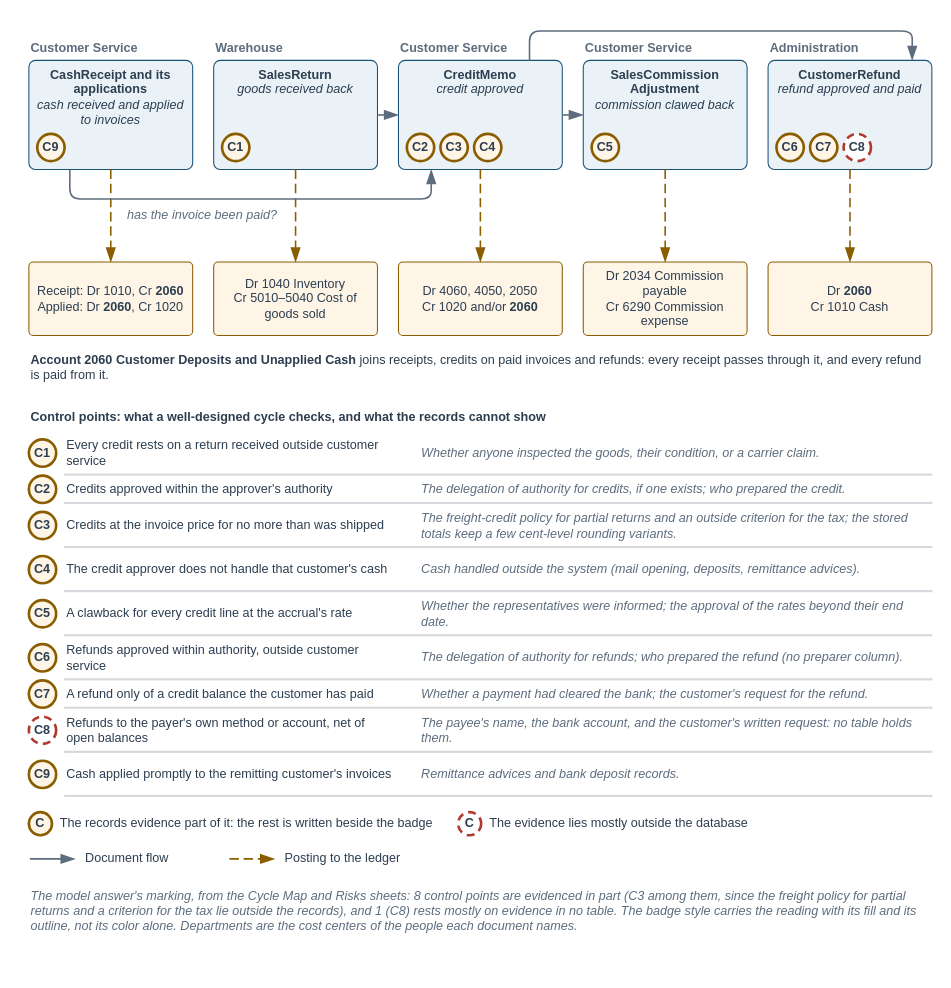
Above: facts/instructor/figures/chapter-19-customer-credits-audit/IF-19-1-A.drawio in mmcodesso/Accounting_Analytics_Book (draw.io), before the change. Source tidied: cells renumbered, new cells numbered last; positions are measured from the earlier drawing's top-left corner, leaving out a move shared by most shapes. Both pictures are drawn from the tidied source at 105%, with x=0, y=0 at pixel (28, 18).
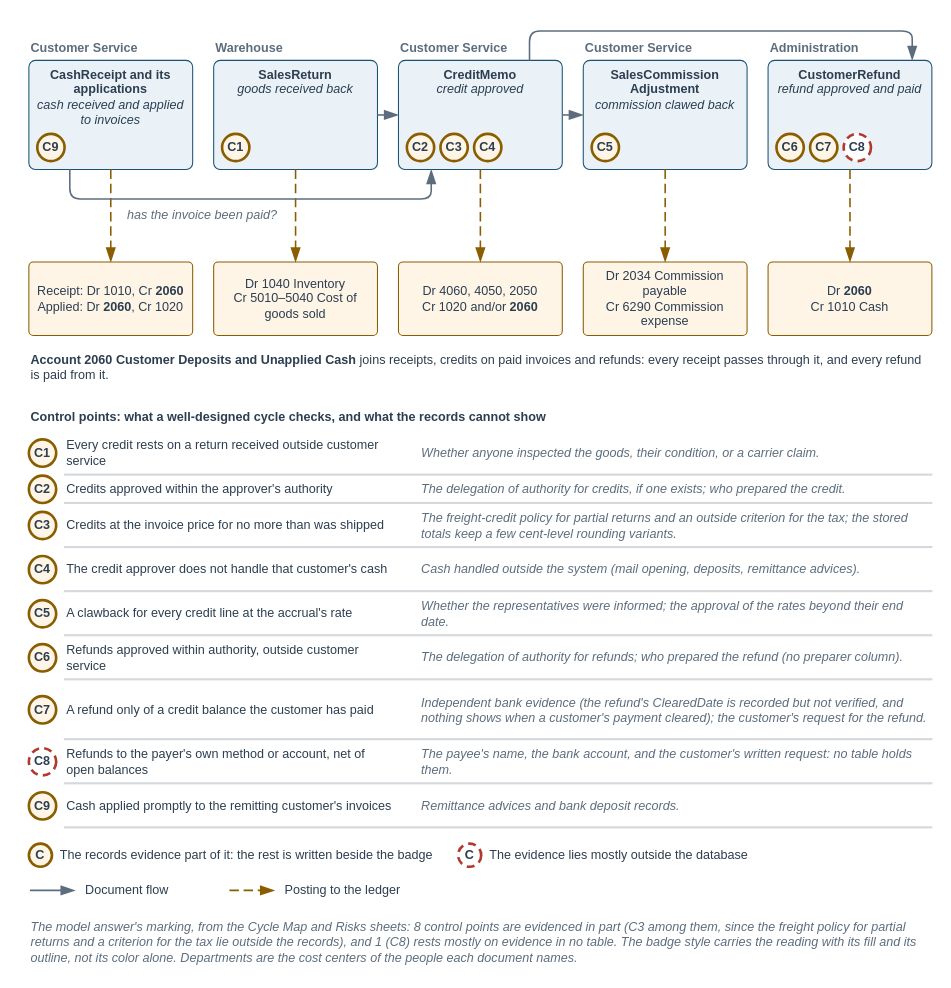
After the change.

Diff of the diagram source:
```diff
@@
     <mxCell id="2" style="rounded=0;html=1;fillColor=none;strokeColor=none;" parent="1" vertex="1">
-      <mxGeometry width="860" height="877" as="geometry" />
+      <mxGeometry width="860" height="907" as="geometry" />
     </mxCell>
@@
     <mxCell id="63" value="&lt;b&gt;C7&lt;/b&gt;" style="ellipse;whiteSpace=wrap;html=1;fillColor=#FEF5E7;strokeColor=#8A5D00;strokeWidth=2.5;fontColor=#2C3E50;fontSize=12;fontFamily=Helvetica;align=center;verticalAlign=middle;spacing=0;" parent="1" vertex="1">
-      <mxGeometry y="630.5" width="26" height="26" as="geometry" />
+      <mxGeometry y="645.5" width="26" height="26" as="geometry" />
     </mxCell>
     <mxCell id="64" value="A refund only of a credit balance the customer has paid" style="text;html=1;whiteSpace=wrap;align=left;verticalAlign=middle;fontSize=12;fontColor=#2C3E50;fontStyle=0;fontFamily=Helvetica;spacing=2;fillColor=none;strokeColor=none;" parent="1" vertex="1">
-      <mxGeometry x="34" y="631" width="316" height="25" as="geometry" />
+      <mxGeometry x="34" y="631" width="316" height="55" as="geometry" />
     </mxCell>
-    <mxCell id="65" value="&lt;i&gt;Whether a payment had cleared the bank; the customer's request for the refund.&lt;/i&gt;" style="text;html=1;whiteSpace=wrap;align=left;verticalAlign=middle;fontSize=12;fontColor=#5D6D7E;fontStyle=0;fontFamily=Helvetica;spacing=2;fillColor=none;strokeColor=none;" parent="1" vertex="1">
-      <mxGeometry x="372" y="631" width="488" height="25" as="geometry" />
+    <mxCell id="65" value="&lt;i&gt;Independent bank evidence (the refund's ClearedDate is recorded but not verified, and nothing shows when a customer's payment cleared); the customer's request for the refund.&lt;/i&gt;" style="text;html=1;whiteSpace=wrap;align=left;verticalAlign=middle;fontSize=12;fontColor=#5D6D7E;fontStyle=0;fontFamily=Helvetica;spacing=2;fillColor=none;strokeColor=none;" parent="1" vertex="1">
+      <mxGeometry x="372" y="631" width="488" height="55" as="geometry" />
     </mxCell>
     <mxCell id="66" style="rounded=0;arcSize=6;whiteSpace=wrap;html=1;fillColor=#D5D8DC;strokeColor=#D5D8DC;strokeWidth=1;fontColor=#2C3E50;fontSize=13;fontStyle=0;align=center;verticalAlign=middle;fontFamily=Helvetica;spacingLeft=6;spacingRight=6;" parent="1" vertex="1">
-      <mxGeometry x="34" y="656" width="826" height="1" as="geometry" />
+      <mxGeometry x="34" y="686" width="826" height="1" as="geometry" />
     </mxCell>
     <mxCell id="67" value="&lt;b&gt;C8&lt;/b&gt;" style="ellipse;whiteSpace=wrap;html=1;fillColor=#FFFFFF;strokeColor=#B03A2E;strokeWidth=2.5;dashed=1;dashPattern=3 2;fontColor=#2C3E50;fontSize=12;fontFamily=Helvetica;align=center;verticalAlign=middle;spacing=0;" parent="1" vertex="1">
-      <mxGeometry y="665" width="26" height="26" as="geometry" />
+      <mxGeometry y="695" width="26" height="26" as="geometry" />
     </mxCell>
     <mxCell id="68" value="Refunds to the payer's own method or account, net of open balances" style="text;html=1;whiteSpace=wrap;align=left;verticalAlign=middle;fontSize=12;fontColor=#2C3E50;fontStyle=0;fontFamily=Helvetica;spacing=2;fillColor=none;strokeColor=none;" parent="1" vertex="1">
-      <mxGeometry x="34" y="658" width="316" height="40" as="geometry" />
+      <mxGeometry x="34" y="688" width="316" height="40" as="geometry" />
     </mxCell>
     <mxCell id="69" value="&lt;i&gt;The payee's name, the bank account, and the customer's written request: no table holds them.&lt;/i&gt;" style="text;html=1;whiteSpace=wrap;align=left;verticalAlign=middle;fontSize=12;fontColor=#5D6D7E;fontStyle=0;fontFamily=Helvetica;spacing=2;fillColor=none;strokeColor=none;" parent="1" vertex="1">
-      <mxGeometry x="372" y="658" width="488" height="40" as="geometry" />
+      <mxGeometry x="372" y="688" width="488" height="40" as="geometry" />
     </mxCell>
     <mxCell id="70" style="rounded=0;arcSize=6;whiteSpace=wrap;html=1;fillColor=#D5D8DC;strokeColor=#D5D8DC;strokeWidth=1;fontColor=#2C3E50;fontSize=13;fontStyle=0;align=center;verticalAlign=middle;fontFamily=Helvetica;spacingLeft=6;spacingRight=6;" parent="1" vertex="1">
-      <mxGeometry x="34" y="698" width="826" height="1" as="geometry" />
+      <mxGeometry x="34" y="728" width="826" height="1" as="geometry" />
     </mxCell>
     <mxCell id="71" value="&lt;b&gt;C9&lt;/b&gt;" style="ellipse;whiteSpace=wrap;html=1;fillColor=#FEF5E7;strokeColor=#8A5D00;strokeWidth=2.5;fontColor=#2C3E50;fontSize=12;fontFamily=Helvetica;align=center;verticalAlign=middle;spacing=0;" parent="1" vertex="1">
-      <mxGeometry y="707" width="26" height="26" as="geometry" />
+      <mxGeometry y="737" width="26" height="26" as="geometry" />
     </mxCell>
     <mxCell id="72" value="Cash applied promptly to the remitting customer's invoices" style="text;html=1;whiteSpace=wrap;align=left;verticalAlign=middle;fontSize=12;fontColor=#2C3E50;fontStyle=0;fontFamily=Helvetica;spacing=2;fillColor=none;strokeColor=none;" parent="1" vertex="1">
-      <mxGeometry x="34" y="700" width="316" height="40" as="geometry" />
+      <mxGeometry x="34" y="730" width="316" height="40" as="geometry" />
     </mxCell>
     <mxCell id="73" value="&lt;i&gt;Remittance advices and bank deposit records.&lt;/i&gt;" style="text;html=1;whiteSpace=wrap;align=left;verticalAlign=middle;fontSize=12;fontColor=#5D6D7E;fontStyle=0;fontFamily=Helvetica;spacing=2;fillColor=none;strokeColor=none;" parent="1" vertex="1">
-      <mxGeometry x="372" y="700" width="488" height="40" as="geometry" />
+      <mxGeometry x="372" y="730" width="488" height="40" as="geometry" />
     </mxCell>
     <mxCell id="74" style="rounded=0;arcSize=6;whiteSpace=wrap;html=1;fillColor=#D5D8DC;strokeColor=#D5D8DC;strokeWidth=1;fontColor=#2C3E50;fontSize=13;fontStyle=0;align=center;verticalAlign=middle;fontFamily=Helvetica;spacingLeft=6;spacingRight=6;" parent="1" vertex="1">
-      <mxGeometry x="34" y="740" width="826" height="1" as="geometry" />
+      <mxGeometry x="34" y="770" width="826" height="1" as="geometry" />
     </mxCell>
     <mxCell id="75" value="&lt;b&gt;C&lt;/b&gt;" style="ellipse;whiteSpace=wrap;html=1;fillColor=#FEF5E7;strokeColor=#8A5D00;strokeWidth=2.5;fontColor=#2C3E50;fontSize=12;fontFamily=Helvetica;align=center;verticalAlign=middle;spacing=0;" parent="1" vertex="1">
-      <mxGeometry y="756" width="22" height="22" as="geometry" />
+      <mxGeometry y="786" width="22" height="22" as="geometry" />
     </mxCell>
     <mxCell id="76" value="The records evidence part of it: the rest is written beside the badge" style="text;html=1;whiteSpace=wrap;align=left;verticalAlign=middle;fontSize=12;fontColor=#2C3E50;fontStyle=0;fontFamily=Helvetica;spacing=2;fillColor=none;strokeColor=none;" parent="1" vertex="1">
-      <mxGeometry x="28" y="756" width="366.8" height="22" as="geometry" />
+      <mxGeometry x="28" y="786" width="366.8" height="22" as="geometry" />
     </mxCell>
     <mxCell id="77" value="&lt;b&gt;C&lt;/b&gt;" style="ellipse;whiteSpace=wrap;html=1;fillColor=#FFFFFF;strokeColor=#B03A2E;strokeWidth=2.5;dashed=1;dashPattern=3 2;fontColor=#2C3E50;fontSize=12;fontFamily=Helvetica;align=center;verticalAlign=middle;spacing=0;" parent="1" vertex="1">
-      <mxGeometry x="408.8" y="756" width="22" height="22" as="geometry" />
+      <mxGeometry x="408.8" y="786" width="22" height="22" as="geometry" />
     </mxCell>
     <mxCell id="78" value="The evidence lies mostly outside the database" style="text;html=1;whiteSpace=wrap;align=left;verticalAlign=middle;fontSize=12;fontColor=#2C3E50;fontStyle=0;fontFamily=Helvetica;spacing=2;fillColor=none;strokeColor=none;" parent="1" vertex="1">
-      <mxGeometry x="436.8" y="756" width="258.1" height="22" as="geometry" />
+      <mxGeometry x="436.8" y="786" width="258.1" height="22" as="geometry" />
     </mxCell>
     <mxCell id="79" style="text;html=1;strokeColor=none;fillColor=none;" parent="1" vertex="1">
-      <mxGeometry y="800" width="1" height="1" as="geometry" />
+      <mxGeometry y="830" width="1" height="1" as="geometry" />
     </mxCell>
     <mxCell id="80" style="text;html=1;strokeColor=none;fillColor=none;" parent="1" vertex="1">
-      <mxGeometry x="44" y="800" width="1" height="1" as="geometry" />
+      <mxGeometry x="44" y="830" width="1" height="1" as="geometry" />
     </mxCell>
@@
     <mxCell id="82" value="Document flow" style="text;html=1;whiteSpace=wrap;align=left;verticalAlign=middle;fontSize=12;fontColor=#2C3E50;fontStyle=0;fontFamily=Helvetica;spacing=2;fillColor=none;strokeColor=none;" parent="1" vertex="1">
-      <mxGeometry x="52" y="790" width="120" height="20" as="geometry" />
+      <mxGeometry x="52" y="820" width="120" height="20" as="geometry" />
     </mxCell>
     <mxCell id="83" style="text;html=1;strokeColor=none;fillColor=none;" parent="1" vertex="1">
-      <mxGeometry x="190" y="800" width="1" height="1" as="geometry" />
+      <mxGeometry x="190" y="830" width="1" height="1" as="geometry" />
     </mxCell>
     <mxCell id="84" style="text;html=1;strokeColor=none;fillColor=none;" parent="1" vertex="1">
-      <mxGeometry x="234" y="800" width="1" height="1" as="geometry" />
+      <mxGeometry x="234" y="830" width="1" height="1" as="geometry" />
     </mxCell>
@@
     <mxCell id="86" value="Posting to the ledger" style="text;html=1;whiteSpace=wrap;align=left;verticalAlign=middle;fontSize=12;fontColor=#2C3E50;fontStyle=0;fontFamily=Helvetica;spacing=2;fillColor=none;strokeColor=none;" parent="1" vertex="1">
-      <mxGeometry x="242" y="790" width="180" height="20" as="geometry" />
+      <mxGeometry x="242" y="820" width="180" height="20" as="geometry" />
     </mxCell>
     <mxCell id="87" value="&lt;i&gt;The model answer's marking, from the Cycle Map and Risks sheets: 8 control points are evidenced in part (C3 among them, since the freight policy for partial returns and a criterion for the tax lie outside the records), and 1 (C8) rests mostly on evidence in no table. The badge style carries the reading with its fill and its outline, not its color alone. Departments are the cost centers of the people each document names.&lt;/i&gt;" style="text;html=1;whiteSpace=wrap;align=left;verticalAlign=top;fontSize=12;fontColor=#5D6D7E;fontStyle=0;fontFamily=Helvetica;spacing=2;fillColor=none;strokeColor=none;" parent="1" vertex="1">
-      <mxGeometry y="822" width="860" height="53" as="geometry" />
+      <mxGeometry y="852" width="860" height="53" as="geometry" />
     </mxCell>
```
